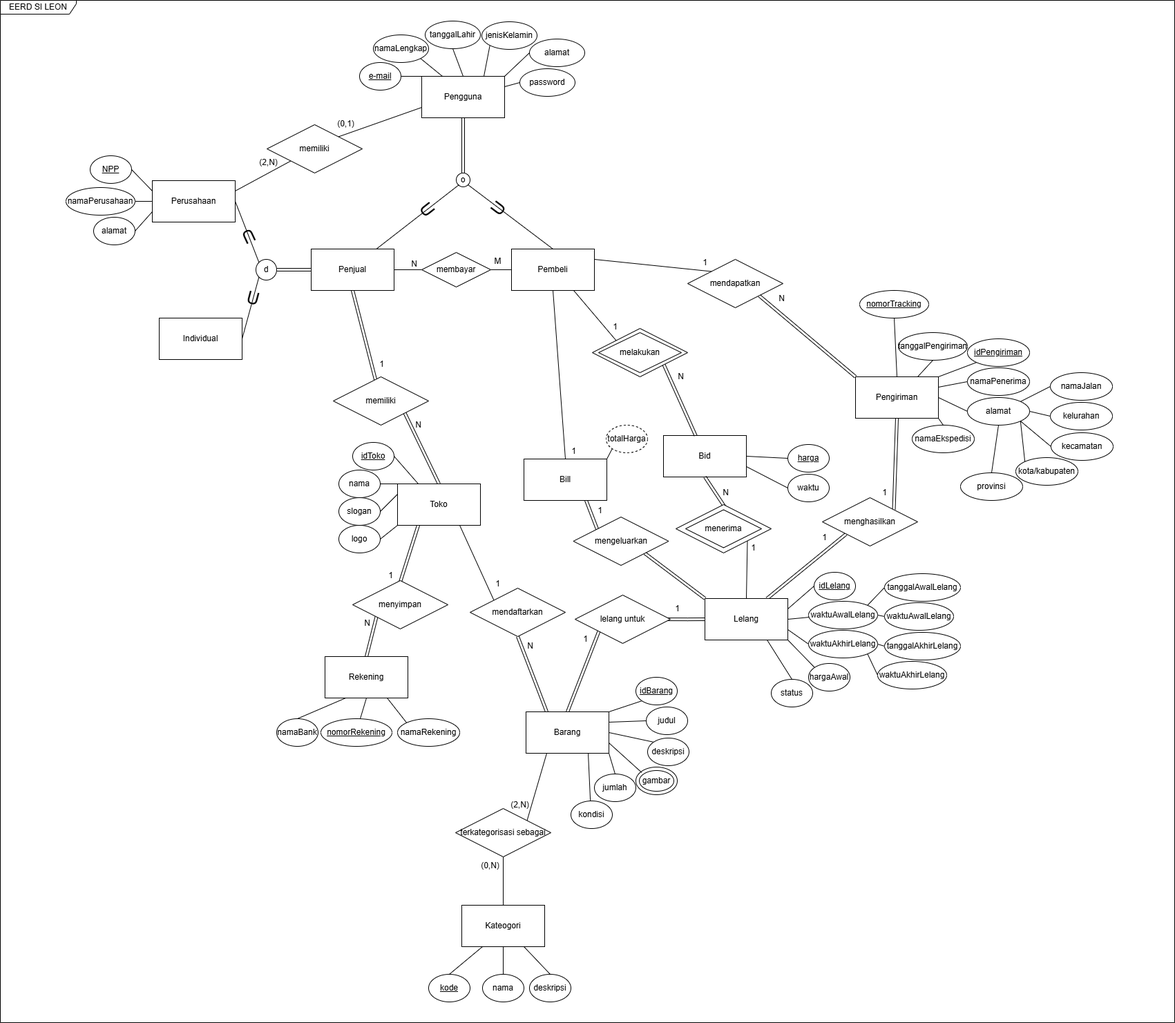
This is ti1_basdat.drawio.png from anthef/anthef, a draw.io export, as it was before one commit. Source tidied: cells renumbered, new cells last; positions are measured from the earlier drawing's top-left corner, leaving out a move shared by most shapes.
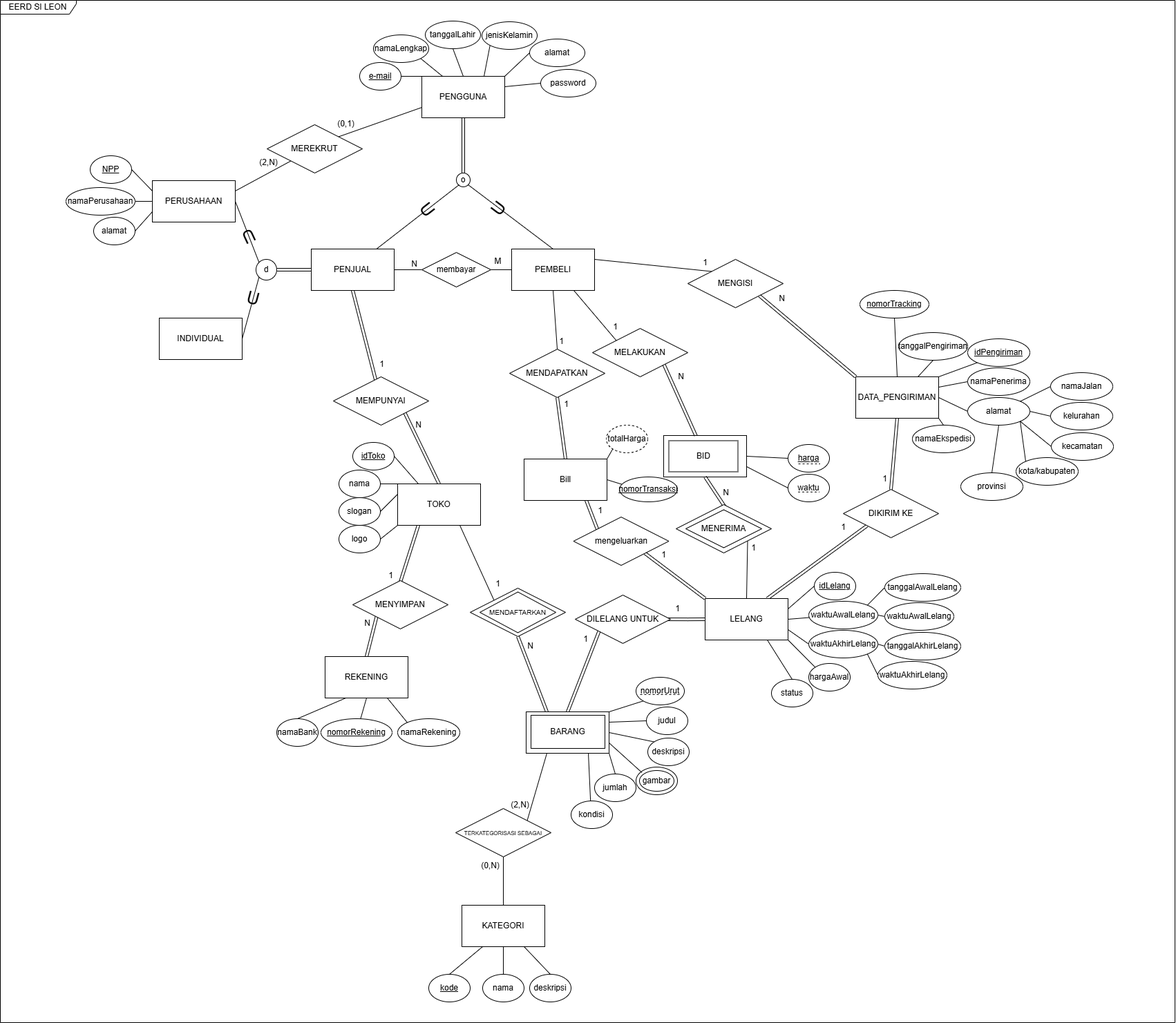
The same diagram one commit later.

The edit, as a diff of the source:
```diff
@@ -25,3 +25,3 @@
     </mxCell>
-    <mxCell id="9" value="Pengguna" style="rounded=0;whiteSpace=wrap;html=1;" parent="1" vertex="1">
+    <mxCell id="9" value="PENGGUNA" style="rounded=0;whiteSpace=wrap;html=1;" parent="1" vertex="1">
       <mxGeometry x="610" y="110" width="120" height="60" as="geometry" />
@@ -44,3 +44,3 @@
     <mxCell id="15" value="password" style="ellipse;whiteSpace=wrap;html=1;" parent="1" vertex="1">
-      <mxGeometry x="752" y="99" width="80" height="40" as="geometry" />
+      <mxGeometry x="782" y="100" width="80" height="40" as="geometry" />
     </mxCell>
@@ -58,3 +58,3 @@
     </mxCell>
-    <mxCell id="20" value="Penjual" style="rounded=0;whiteSpace=wrap;html=1;" parent="1" vertex="1">
+    <mxCell id="20" value="PENJUAL" style="rounded=0;whiteSpace=wrap;html=1;" parent="1" vertex="1">
       <mxGeometry x="450" y="360" width="120" height="60" as="geometry" />
@@ -67,3 +67,3 @@
     </mxCell>
-    <mxCell id="23" value="Pembeli" style="rounded=0;whiteSpace=wrap;html=1;" parent="1" vertex="1">
+    <mxCell id="23" value="PEMBELI" style="rounded=0;whiteSpace=wrap;html=1;" parent="1" vertex="1">
       <mxGeometry x="740" y="360" width="120" height="60" as="geometry" />
@@ -82,3 +82,3 @@
     </mxCell>
-    <mxCell id="27" value="memiliki" style="rhombus;whiteSpace=wrap;html=1;" parent="1" vertex="1">
+    <mxCell id="27" value="MEMPUNYAI" style="rhombus;whiteSpace=wrap;html=1;" parent="1" vertex="1">
       <mxGeometry x="482" y="545" width="138" height="70" as="geometry" />
@@ -103,3 +103,3 @@
     </mxCell>
-    <mxCell id="34" value="Toko" style="rounded=0;whiteSpace=wrap;html=1;" parent="1" vertex="1">
+    <mxCell id="34" value="TOKO" style="rounded=0;whiteSpace=wrap;html=1;" parent="1" vertex="1">
       <mxGeometry x="575" y="700" width="120" height="60" as="geometry" />
@@ -138,3 +138,3 @@
     </mxCell>
-    <mxCell id="45" value="Individual" style="rounded=0;whiteSpace=wrap;html=1;" parent="1" vertex="1">
+    <mxCell id="45" value="INDIVIDUAL" style="rounded=0;whiteSpace=wrap;html=1;" parent="1" vertex="1">
       <mxGeometry x="230" y="460" width="120" height="60" as="geometry" />
@@ -150,3 +150,3 @@
     </mxCell>
-    <mxCell id="49" value="Perusahaan" style="rounded=0;whiteSpace=wrap;html=1;" parent="1" vertex="1">
+    <mxCell id="49" value="PERUSAHAAN" style="rounded=0;whiteSpace=wrap;html=1;" parent="1" vertex="1">
       <mxGeometry x="220" y="261" width="120" height="60" as="geometry" />
@@ -198,3 +198,3 @@
     </mxCell>
-    <mxCell id="65" value="memiliki" style="rhombus;whiteSpace=wrap;html=1;" parent="1" vertex="1">
+    <mxCell id="65" value="MEREKRUT" style="rhombus;whiteSpace=wrap;html=1;" parent="1" vertex="1">
       <mxGeometry x="386" y="180" width="138" height="70" as="geometry" />
@@ -243,5 +243,2 @@
     </mxCell>
-    <mxCell id="80" value="&lt;u&gt;idBarang&lt;/u&gt;" style="ellipse;whiteSpace=wrap;html=1;" parent="1" vertex="1">
-      <mxGeometry x="920" y="980" width="60" height="40" as="geometry" />
-    </mxCell>
     <mxCell id="81" value="judul" style="ellipse;whiteSpace=wrap;html=1;" parent="1" vertex="1">
@@ -270,3 +267,3 @@
     </mxCell>
-    <mxCell id="89" value="terkategorisasi sebagai" style="rhombus;whiteSpace=wrap;html=1;" parent="1" vertex="1">
+    <mxCell id="89" value="&lt;font style=&quot;font-size: 8px;&quot;&gt;TERKATEGORISASI SEBAGAI&lt;/font&gt;" style="rhombus;whiteSpace=wrap;html=1;" parent="1" vertex="1">
       <mxGeometry x="659" y="1170" width="138" height="70" as="geometry" />
@@ -282,3 +279,3 @@
     </mxCell>
-    <mxCell id="93" value="Kateogori" style="rounded=0;whiteSpace=wrap;html=1;" parent="1" vertex="1">
+    <mxCell id="93" value="KATEGORI" style="rounded=0;whiteSpace=wrap;html=1;" parent="1" vertex="1">
       <mxGeometry x="668" y="1310" width="120" height="60" as="geometry" />
@@ -306,3 +303,3 @@
     </mxCell>
-    <mxCell id="101" value="lelang untuk" style="rhombus;whiteSpace=wrap;html=1;" parent="1" vertex="1">
+    <mxCell id="101" value="DILELANG UNTUK" style="rhombus;whiteSpace=wrap;html=1;" parent="1" vertex="1">
       <mxGeometry x="832" y="861" width="138" height="70" as="geometry" />
@@ -333,5 +330,2 @@
     </mxCell>
-    <mxCell id="110" style="rounded=0;jettySize=auto;html=1;entryX=0;entryY=1;entryDx=0;entryDy=0;endArrow=none;startFill=0;shape=link;exitX=0.75;exitY=0;exitDx=0;exitDy=0;" parent="1" edge="1" source="113" target="142">
-      <mxGeometry relative="1" as="geometry" />
-    </mxCell>
     <mxCell id="111" value="waktuAwalLelang" style="ellipse;whiteSpace=wrap;html=1;" parent="1" vertex="1">
@@ -342,3 +336,6 @@
     </mxCell>
+    <mxCell id="189" style="rounded=0;jettySize=auto;html=1;exitX=0.75;exitY=0;exitDx=0;exitDy=0;entryX=0;entryY=1;entryDx=0;entryDy=0;shape=link;" parent="1" edge="1" source="113" target="205">
+      <mxGeometry relative="1" as="geometry" />
+    </mxCell>
-    <mxCell id="113" value="Lelang" style="rounded=0;whiteSpace=wrap;html=1;" parent="1" vertex="1">
+    <mxCell id="113" value="LELANG" style="rounded=0;whiteSpace=wrap;html=1;" parent="1" vertex="1">
       <mxGeometry x="1020" y="866" width="120" height="60" as="geometry" />
@@ -405,3 +402,3 @@
     </mxCell>
-    <mxCell id="134" value="melakukan" style="rhombus;whiteSpace=wrap;html=1;" parent="1" vertex="1">
+    <mxCell id="134" value="MELAKUKAN" style="rhombus;whiteSpace=wrap;html=1;" parent="1" vertex="1">
       <mxGeometry x="857" y="475" width="138" height="70" as="geometry" />
@@ -414,5 +411,11 @@
     </mxCell>
-    <mxCell id="137" value="melakukan" style="rhombus;whiteSpace=wrap;html=1;" parent="1" vertex="1">
-      <mxGeometry x="866" y="481" width="120" height="58" as="geometry" />
-    </mxCell>
+    <mxCell id="186" value="REKENING" style="rounded=0;whiteSpace=wrap;html=1;" parent="1" vertex="1">
+      <mxGeometry x="470" y="950" width="120" height="60" as="geometry" />
+    </mxCell>
+    <mxCell id="187" value="MENYIMPAN" style="rhombus;whiteSpace=wrap;html=1;" parent="1" vertex="1">
+      <mxGeometry x="510" y="840" width="138" height="70" as="geometry" />
+    </mxCell>
+    <mxCell id="188" value="N" style="text;html=1;align=center;verticalAlign=middle;strokeColor=none;fillColor=none;" parent="1" vertex="1">
+      <mxGeometry x="516" y="887" width="30" height="30" as="geometry" />
+    </mxCell>
     <mxCell id="138" value="&lt;u&gt;harga&lt;/u&gt;" style="ellipse;whiteSpace=wrap;html=1;" parent="1" vertex="1">
@@ -420,3 +423,3 @@
     </mxCell>
-    <mxCell id="139" value="menerima" style="rhombus;whiteSpace=wrap;html=1;" parent="1" vertex="1">
+    <mxCell id="139" value="MENERIMA" style="rhombus;whiteSpace=wrap;html=1;" parent="1" vertex="1">
       <mxGeometry x="992" y="737.5" width="110" height="55" as="geometry" />
@@ -426,8 +429,2 @@
     </mxCell>
-    <mxCell id="141" style="rounded=0;jettySize=auto;html=1;exitX=1;exitY=0;exitDx=0;exitDy=0;entryX=0.5;entryY=1;entryDx=0;entryDy=0;shape=link;" parent="1" edge="1" source="142" target="150">
-      <mxGeometry relative="1" as="geometry" />
-    </mxCell>
-    <mxCell id="142" value="menghasilkan" style="rhombus;whiteSpace=wrap;html=1;" parent="1" vertex="1">
-      <mxGeometry x="1190" y="720" width="138" height="70" as="geometry" />
-    </mxCell>
     <mxCell id="143" style="rounded=0;jettySize=auto;html=1;exitX=1;exitY=0.25;exitDx=0;exitDy=0;entryX=0;entryY=0.5;entryDx=0;entryDy=0;endArrow=none;startFill=0;" parent="1" edge="1" source="150" target="153">
@@ -453,11 +450,5 @@
     </mxCell>
-    <mxCell id="150" value="Pengiriman" style="rounded=0;whiteSpace=wrap;html=1;" parent="1" vertex="1">
+    <mxCell id="150" value="DATA_PENGIRIMAN" style="rounded=0;whiteSpace=wrap;html=1;" parent="1" vertex="1">
       <mxGeometry x="1238" y="545" width="120" height="60" as="geometry" />
     </mxCell>
-    <mxCell id="151" value="1" style="text;html=1;align=center;verticalAlign=middle;strokeColor=none;fillColor=none;" parent="1" vertex="1">
-      <mxGeometry x="1178" y="762.5" width="30" height="30" as="geometry" />
-    </mxCell>
-    <mxCell id="152" value="1" style="text;html=1;align=center;verticalAlign=middle;strokeColor=none;fillColor=none;" parent="1" vertex="1">
-      <mxGeometry x="1265" y="698" width="30" height="30" as="geometry" />
-    </mxCell>
     <mxCell id="153" value="namaPenerima" style="ellipse;whiteSpace=wrap;html=1;" parent="1" vertex="1">
@@ -510,3 +501,3 @@
     </mxCell>
-    <mxCell id="169" value="mendapatkan" style="rhombus;whiteSpace=wrap;html=1;" parent="1" vertex="1">
+    <mxCell id="169" value="MENGISI" style="rhombus;whiteSpace=wrap;html=1;" parent="1" vertex="1">
       <mxGeometry x="995" y="375" width="138" height="70" as="geometry" />
@@ -531,5 +522,5 @@
     </mxCell>
-    <mxCell id="176" style="rounded=0;jettySize=auto;html=1;exitX=0.5;exitY=0;exitDx=0;exitDy=0;entryX=0.5;entryY=1;entryDx=0;entryDy=0;endArrow=none;startFill=0;" parent="1" edge="1" source="177" target="23">
-      <mxGeometry relative="1" as="geometry" />
-    </mxCell>
+    <mxCell id="190" style="rounded=0;jettySize=auto;html=1;exitX=1;exitY=0.5;exitDx=0;exitDy=0;endArrow=none;startFill=0;" parent="1" edge="1" source="177" target="199">
+      <mxGeometry relative="1" as="geometry" />
+    </mxCell>
     <mxCell id="177" value="Bill" style="rounded=0;whiteSpace=wrap;html=1;" parent="1" vertex="1">
@@ -556,3 +547,3 @@
     <mxCell id="184" value="1" style="text;html=1;align=center;verticalAlign=middle;strokeColor=none;fillColor=none;" parent="1" vertex="1">
-      <mxGeometry x="815" y="638" width="30" height="30" as="geometry" />
+      <mxGeometry x="804" y="570" width="30" height="30" as="geometry" />
     </mxCell>
@@ -561,11 +552,65 @@
     </mxCell>
-    <mxCell id="186" value="Rekening" style="rounded=0;whiteSpace=wrap;html=1;" parent="1" vertex="1">
-      <mxGeometry x="470" y="950" width="120" height="60" as="geometry" />
-    </mxCell>
-    <mxCell id="187" value="menyimpan" style="rhombus;whiteSpace=wrap;html=1;" parent="1" vertex="1">
-      <mxGeometry x="510" y="840" width="138" height="70" as="geometry" />
-    </mxCell>
-    <mxCell id="188" value="N" style="text;html=1;align=center;verticalAlign=middle;strokeColor=none;fillColor=none;" parent="1" vertex="1">
-      <mxGeometry x="516" y="887" width="30" height="30" as="geometry" />
-    </mxCell>
+    <mxCell id="191" value="&lt;font style=&quot;font-size: 10px;&quot;&gt;MENDAFTARKAN&lt;/font&gt;" style="rhombus;whiteSpace=wrap;html=1;" parent="1" vertex="1">
+      <mxGeometry x="694" y="856.5" width="110" height="59" as="geometry" />
+    </mxCell>
+    <mxCell id="192" value="BARANG" style="rounded=0;whiteSpace=wrap;html=1;" parent="1" vertex="1">
+      <mxGeometry x="768" y="1035" width="107" height="48" as="geometry" />
+    </mxCell>
+    <mxCell id="193" style="group;" parent="1" vertex="1">
+      <mxGeometry x="920" y="980" width="70" height="40" as="geometry" />
+    </mxCell>
+    <mxCell id="80" value="nomorUrut" style="ellipse;whiteSpace=wrap;html=1;" parent="193" vertex="1">
+      <mxGeometry width="70" height="40" as="geometry" />
+    </mxCell>
+    <mxCell id="194" style="endArrow=none;dashed=1;html=1;rounded=0;entryX=0.857;entryY=0.5;entryDx=0;entryDy=0;exitX=0.143;exitY=0.75;exitDx=0;exitDy=0;exitPerimeter=0;entryPerimeter=0;" parent="193" edge="1">
+      <mxGeometry relative="1" as="geometry">
+        <mxPoint x="6" y="25" as="sourcePoint" />
+        <mxPoint x="66" y="25" as="targetPoint" />
+      </mxGeometry>
+    </mxCell>
+    <mxCell id="195" value="BID" style="rounded=0;whiteSpace=wrap;html=1;" parent="1" vertex="1">
+      <mxGeometry x="967.5" y="637.5" width="100" height="45" as="geometry" />
+    </mxCell>
+    <mxCell id="196" style="endArrow=none;dashed=1;html=1;rounded=0;entryX=0.857;entryY=0.5;entryDx=0;entryDy=0;exitX=0.143;exitY=0.75;exitDx=0;exitDy=0;exitPerimeter=0;entryPerimeter=0;" parent="1" edge="1">
+      <mxGeometry relative="1" as="geometry">
+        <mxPoint x="1155" y="671" as="sourcePoint" />
+        <mxPoint x="1186" y="671" as="targetPoint" />
+      </mxGeometry>
+    </mxCell>
+    <mxCell id="197" style="endArrow=none;dashed=1;html=1;rounded=0;entryX=0.857;entryY=0.5;entryDx=0;entryDy=0;exitX=0.143;exitY=0.75;exitDx=0;exitDy=0;exitPerimeter=0;entryPerimeter=0;" parent="1" edge="1">
+      <mxGeometry relative="1" as="geometry">
+        <mxPoint x="1154.5" y="711.8" as="sourcePoint" />
+        <mxPoint x="1185.5" y="711.8" as="targetPoint" />
+      </mxGeometry>
+    </mxCell>
+    <mxCell id="198" value="1" style="text;html=1;align=center;verticalAlign=middle;strokeColor=none;fillColor=none;" parent="1" vertex="1">
+      <mxGeometry x="945" y="788" width="30" height="30" as="geometry" />
+    </mxCell>
+    <mxCell id="199" value="&lt;u&gt;nomorTransaksi&lt;/u&gt;" style="ellipse;whiteSpace=wrap;html=1;" parent="1" vertex="1">
+      <mxGeometry x="896" y="690" width="84" height="36" as="geometry" />
+    </mxCell>
+    <mxCell id="200" value="MENDAPATKAN" style="rhombus;whiteSpace=wrap;html=1;" parent="1" vertex="1">
+      <mxGeometry x="737" y="505" width="138" height="70" as="geometry" />
+    </mxCell>
+    <mxCell id="201" style="rounded=0;jettySize=auto;html=1;exitX=0.5;exitY=1;exitDx=0;exitDy=0;endArrow=none;startFill=0;entryX=0.5;entryY=0;entryDx=0;entryDy=0;" parent="1" edge="1" source="23" target="200">
+      <mxGeometry relative="1" as="geometry" />
+    </mxCell>
+    <mxCell id="202" style="rounded=0;jettySize=auto;html=1;exitX=0.5;exitY=1;exitDx=0;exitDy=0;entryX=0.5;entryY=0;entryDx=0;entryDy=0;endArrow=none;startFill=0;shape=link;" parent="1" edge="1" source="200" target="177">
+      <mxGeometry relative="1" as="geometry" />
+    </mxCell>
+    <mxCell id="203" value="1" style="text;html=1;align=center;verticalAlign=middle;strokeColor=none;fillColor=none;" parent="1" vertex="1">
+      <mxGeometry x="797" y="479" width="30" height="30" as="geometry" />
+    </mxCell>
+    <mxCell id="204" style="rounded=0;jettySize=auto;html=1;exitX=0.5;exitY=0;exitDx=0;exitDy=0;entryX=0.5;entryY=1;entryDx=0;entryDy=0;endArrow=none;startFill=0;shape=link;" parent="1" edge="1" source="205" target="150">
+      <mxGeometry relative="1" as="geometry" />
+    </mxCell>
+    <mxCell id="205" value="DIKIRIM KE" style="rhombus;whiteSpace=wrap;html=1;" parent="1" vertex="1">
+      <mxGeometry x="1220" y="708" width="138" height="70" as="geometry" />
+    </mxCell>
+    <mxCell id="206" value="1" style="text;html=1;align=center;verticalAlign=middle;strokeColor=none;fillColor=none;" parent="1" vertex="1">
+      <mxGeometry x="1205" y="748" width="30" height="30" as="geometry" />
+    </mxCell>
+    <mxCell id="207" value="1" style="text;html=1;align=center;verticalAlign=middle;strokeColor=none;fillColor=none;" parent="1" vertex="1">
+      <mxGeometry x="1265" y="678" width="30" height="30" as="geometry" />
+    </mxCell>
   </root>
```
